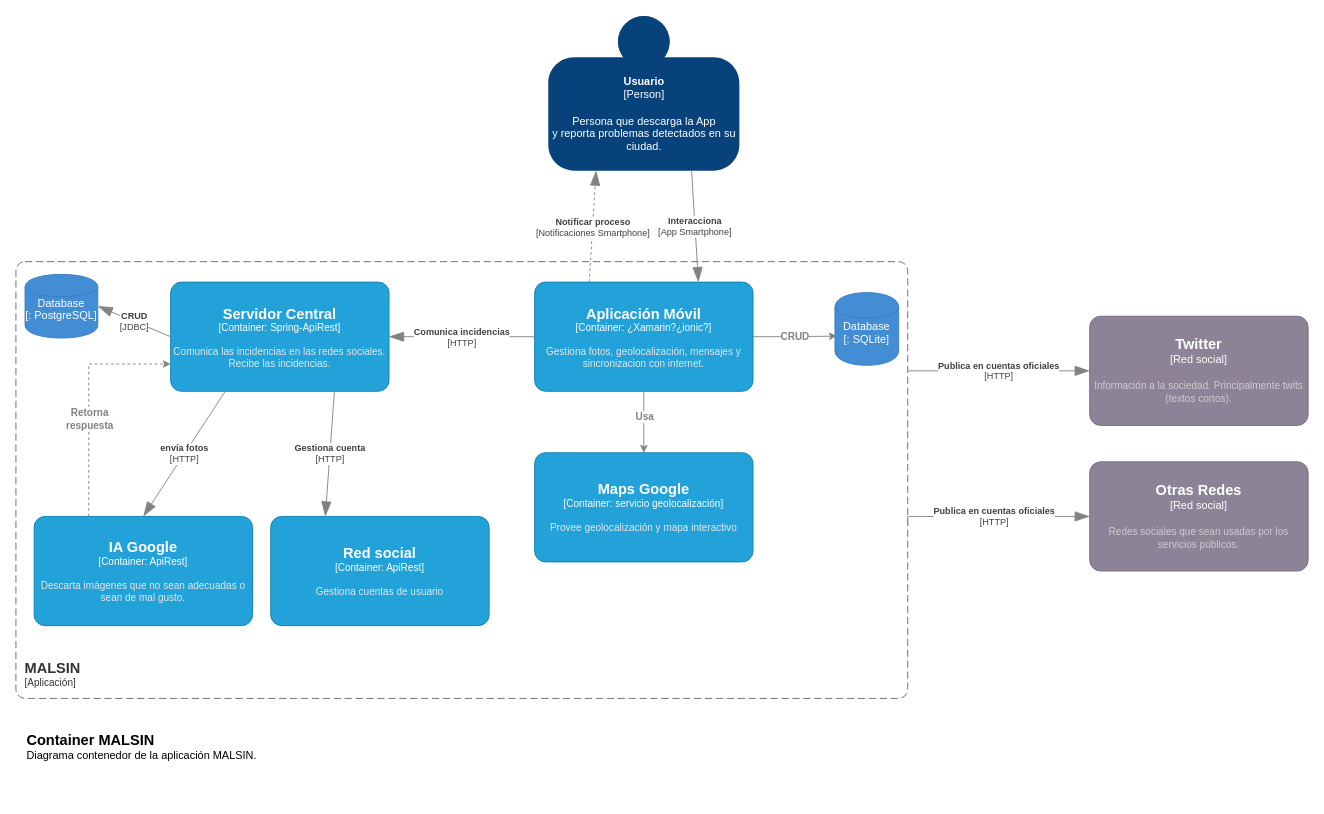
This is page "Container" (2 of 2) of modeloC4MALSIN.drawio from bgtiban/malsin-documentation, a draw.io file, before an edit. Source tidied: cells renumbered, new cells numbered last; positions are measured from the earlier drawing's top-left corner, leaving out a move shared by most shapes. Both pictures are drawn from the tidied source at 91%, with x=0, y=0 at pixel (15, 15).
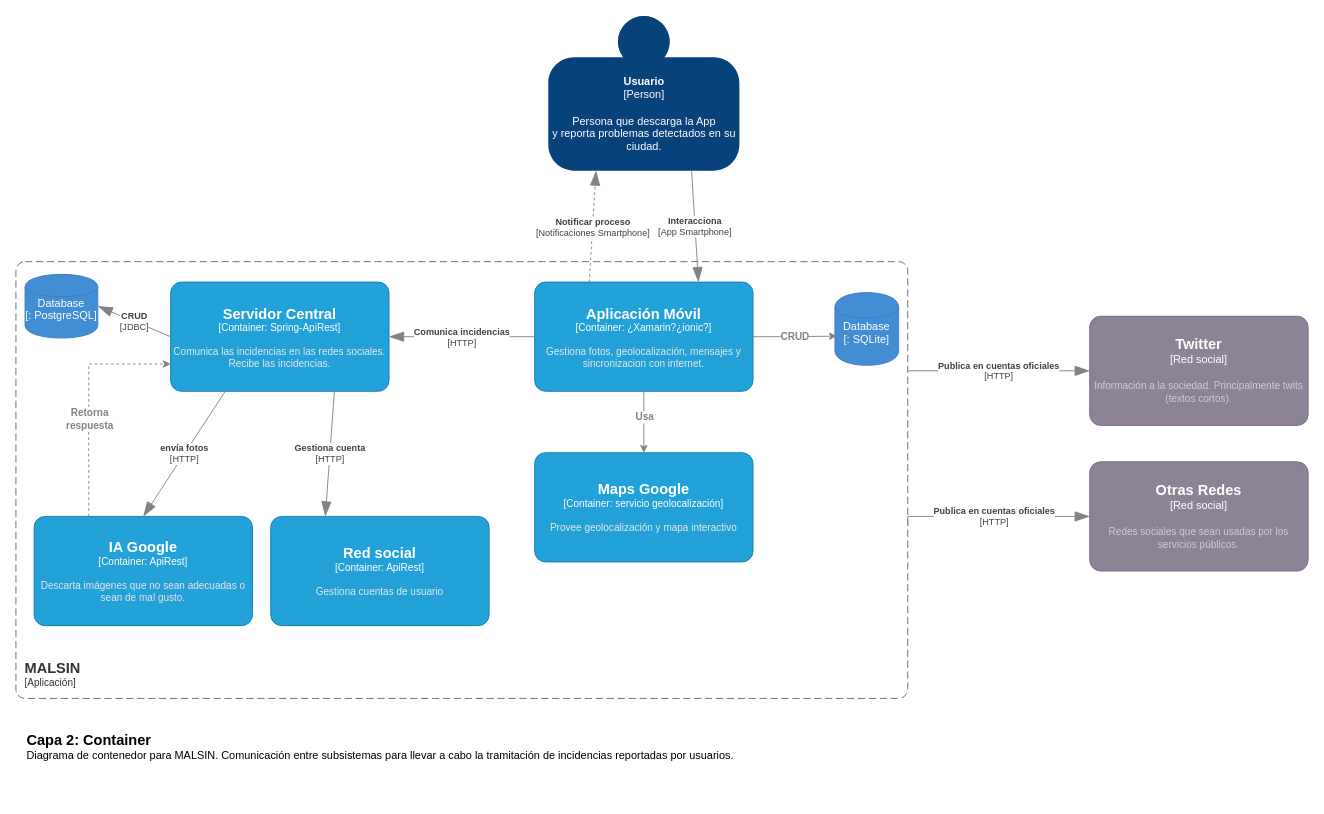
The same diagram, later.

Diff of the diagram source:
```diff
@@
-    <object id="27" label="&lt;font style=&quot;font-size: 16px&quot;&gt;&lt;b&gt;&lt;div style=&quot;text-align: left&quot;&gt;%c4Name%&lt;/div&gt;&lt;/b&gt;&lt;/font&gt;&lt;div style=&quot;text-align: left&quot;&gt;%c4Description%&lt;/div&gt;" c4Description="Diagrama contenedor de la aplicación MALSIN." c4Name="Container MALSIN" placeholders="1">
+    <object id="27" label="&lt;font style=&quot;font-size: 16px&quot;&gt;&lt;b&gt;&lt;div style=&quot;text-align: left&quot;&gt;%c4Name%&lt;/div&gt;&lt;/b&gt;&lt;/font&gt;&lt;div style=&quot;text-align: left&quot;&gt;%c4Description%&lt;/div&gt;" c4Description="Diagrama de contenedor para MALSIN. Comunicación entre subsistemas para llevar a cabo la tramitación de incidencias reportadas por usuarios." c4Name="Capa 2: Container" placeholders="1">
       <mxCell style="text;html=1;strokeColor=none;fillColor=none;align=left;verticalAlign=top;whiteSpace=wrap;rounded=0;" parent="1" vertex="1">
         <mxGeometry x="10" y="780" width="800" height="80" as="geometry" />
       </mxCell>
     </object>
```
